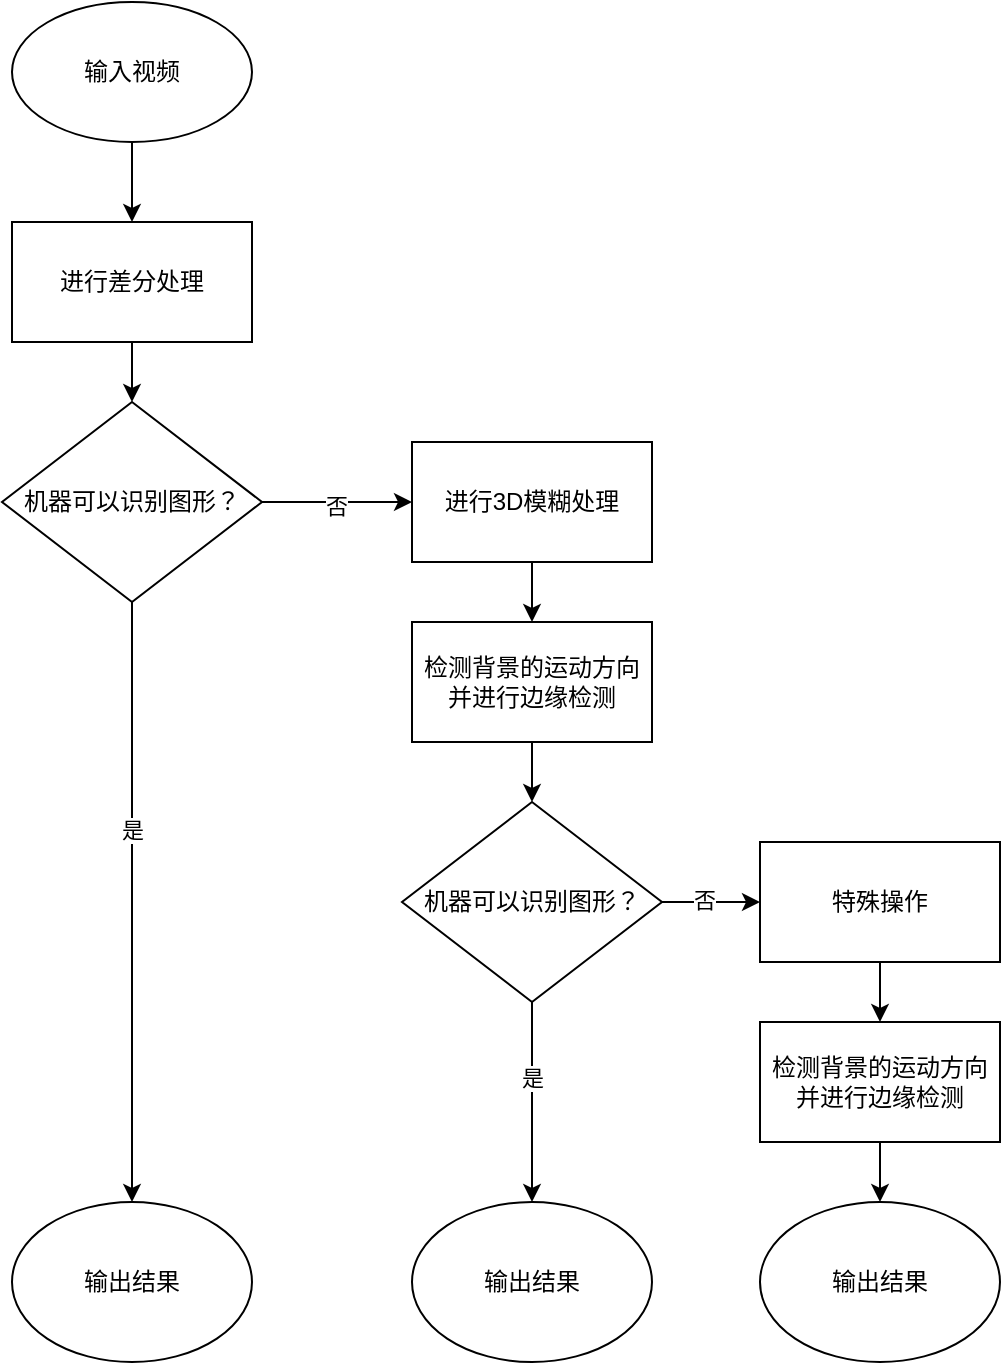
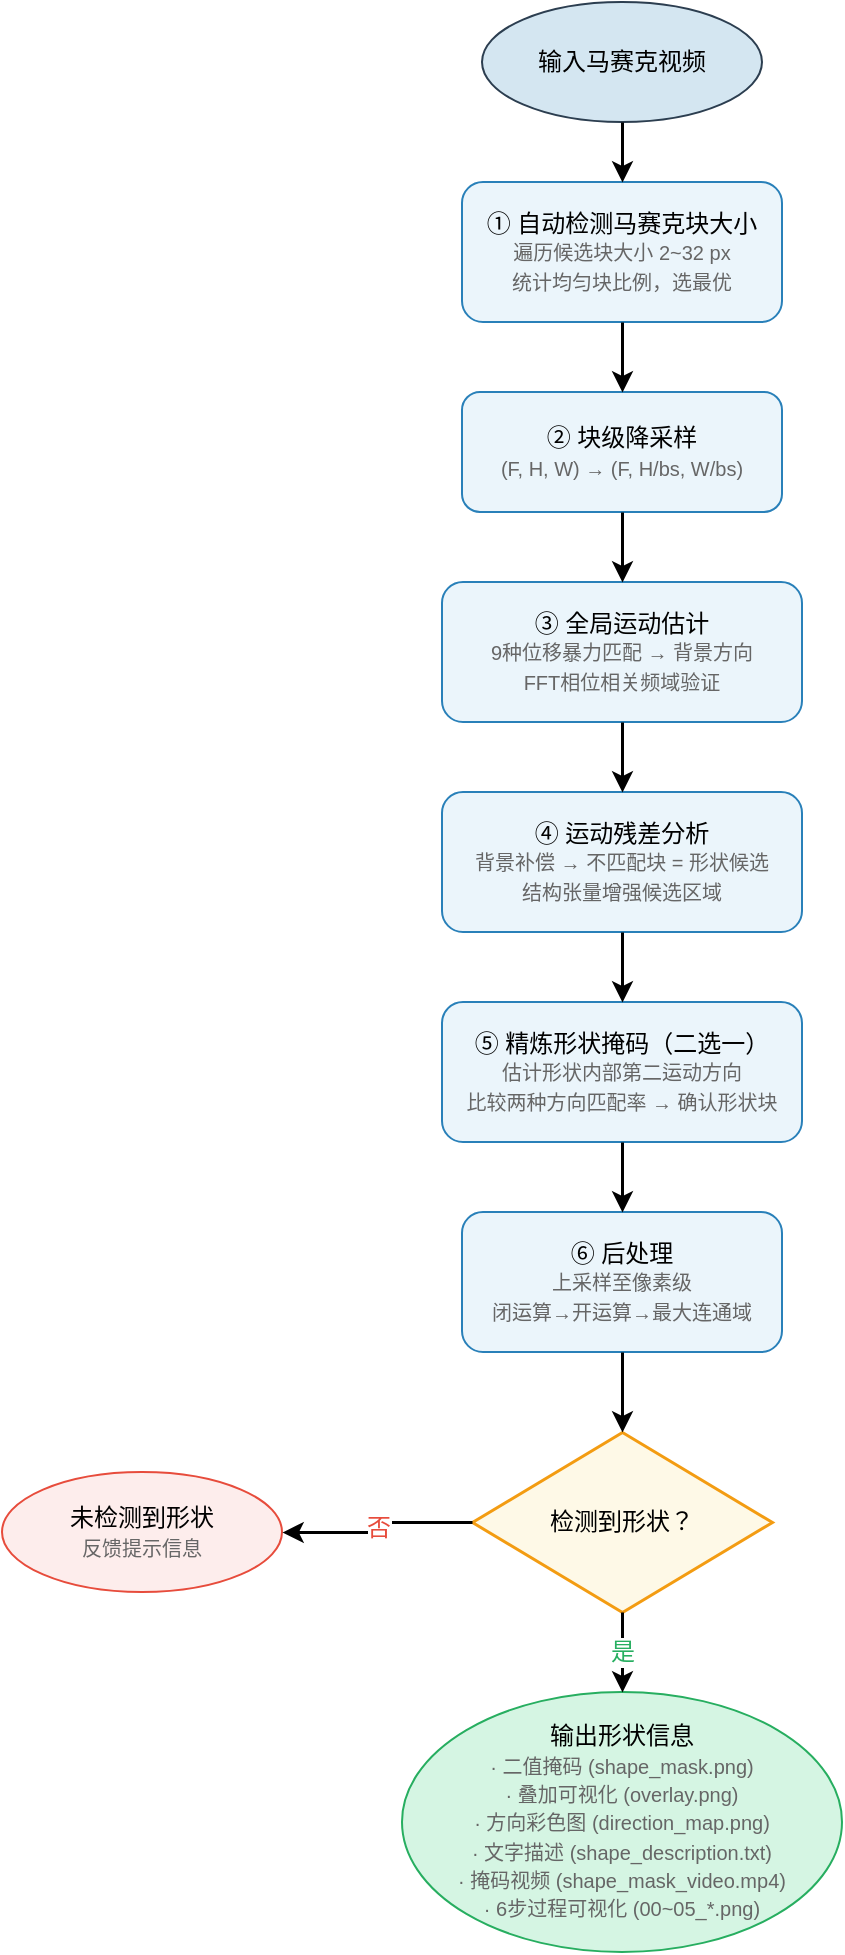
<mxfile host="65bd71144e">
    <diagram name="第 1 页" id="xyb60Oc7GX9DgafqG9xb">
-         <mxGraphModel dx="684" dy="755" grid="1" gridSize="10" guides="1" tooltips="1" connect="1" arrows="1" fold="1" page="1" pageScale="1" pageWidth="1169" pageHeight="827" background="#ffffff" math="0" shadow="0">
+         <mxGraphModel dx="800" dy="600" grid="1" gridSize="10" guides="1" tooltips="1" connect="1" arrows="1" fold="1" page="1" pageScale="1" pageWidth="1169" pageHeight="1200" background="#ffffff" math="0" shadow="0">
            <root>
                <mxCell id="0"/>
                <mxCell id="1" parent="0"/>
-                 <mxCell id="s788XVwPfC9L-6TzmJ-y-2" value="输入视频" style="ellipse;whiteSpace=wrap;html=1;" parent="1" vertex="1">
-                     <mxGeometry x="176" y="150" width="120" height="70" as="geometry"/>
+                 <!-- 开始 -->
+                 <mxCell id="n1" value="输入马赛克视频" style="ellipse;whiteSpace=wrap;html=1;fillColor=#D4E6F1;strokeColor=#2C3E50;fontSize=12;" parent="1" vertex="1">
+                     <mxGeometry x="290" y="20" width="140" height="60" as="geometry"/>
                </mxCell>
-                 <mxCell id="s788XVwPfC9L-6TzmJ-y-3" value="进行差分处理" style="rounded=0;whiteSpace=wrap;html=1;" parent="1" vertex="1">
-                     <mxGeometry x="176" y="260" width="120" height="60" as="geometry"/>
+                 <!-- ① 自动检测块大小 -->
+                 <mxCell id="n2" value="① 自动检测马赛克块大小&#xa;&lt;font style=&quot;font-size:10px&quot; color=&quot;#666666&quot;&gt;遍历候选块大小 2~32 px&#xa;统计均匀块比例，选最优&lt;/font&gt;" style="rounded=1;whiteSpace=wrap;html=1;fillColor=#EBF5FB;strokeColor=#2980B9;fontSize=12;" parent="1" vertex="1">
+                     <mxGeometry x="280" y="110" width="160" height="70" as="geometry"/>
                </mxCell>
-                 <mxCell id="s788XVwPfC9L-6TzmJ-y-4" value="机器可以识别图形？" style="rhombus;whiteSpace=wrap;html=1;" parent="1" vertex="1">
-                     <mxGeometry x="171" y="350" width="130" height="100" as="geometry"/>
+                 <!-- ② 块级降采样 -->
+                 <mxCell id="n3" value="② 块级降采样&#xa;&lt;font style=&quot;font-size:10px&quot; color=&quot;#666666&quot;&gt;(F, H, W) → (F, H/bs, W/bs)&lt;/font&gt;" style="rounded=1;whiteSpace=wrap;html=1;fillColor=#EBF5FB;strokeColor=#2980B9;fontSize=12;" parent="1" vertex="1">
+                     <mxGeometry x="280" y="215" width="160" height="60" as="geometry"/>
                </mxCell>
-                 <mxCell id="s788XVwPfC9L-6TzmJ-y-5" value="输出结果" style="ellipse;whiteSpace=wrap;html=1;" parent="1" vertex="1">
-                     <mxGeometry x="176" y="750" width="120" height="80" as="geometry"/>
+                 <!-- ③ 全局运动估计 -->
+                 <mxCell id="n4" value="③ 全局运动估计&#xa;&lt;font style=&quot;font-size:10px&quot; color=&quot;#666666&quot;&gt;9种位移暴力匹配 → 背景方向&#xa;FFT相位相关频域验证&lt;/font&gt;" style="rounded=1;whiteSpace=wrap;html=1;fillColor=#EBF5FB;strokeColor=#2980B9;fontSize=12;" parent="1" vertex="1">
+                     <mxGeometry x="270" y="310" width="180" height="70" as="geometry"/>
                </mxCell>
-                 <mxCell id="s788XVwPfC9L-6TzmJ-y-9" value="" style="edgeStyle=none;orthogonalLoop=1;jettySize=auto;html=1;rounded=0;exitX=0.5;exitY=1;exitDx=0;exitDy=0;entryX=0.5;entryY=0;entryDx=0;entryDy=0;" parent="1" source="s788XVwPfC9L-6TzmJ-y-2" target="s788XVwPfC9L-6TzmJ-y-3" edge="1">
-                     <mxGeometry width="100" relative="1" as="geometry">
-                         <Array as="points"/>
-                         <mxPoint x="276" y="250" as="sourcePoint"/>
-                         <mxPoint x="376" y="250" as="targetPoint"/>
-                     </mxGeometry>
+                 <!-- ④ 运动残差分析 -->
+                 <mxCell id="n5" value="④ 运动残差分析&#xa;&lt;font style=&quot;font-size:10px&quot; color=&quot;#666666&quot;&gt;背景补偿 → 不匹配块 = 形状候选&#xa;结构张量增强候选区域&lt;/font&gt;" style="rounded=1;whiteSpace=wrap;html=1;fillColor=#EBF5FB;strokeColor=#2980B9;fontSize=12;" parent="1" vertex="1">
+                     <mxGeometry x="270" y="415" width="180" height="70" as="geometry"/>
                </mxCell>
-                 <mxCell id="s788XVwPfC9L-6TzmJ-y-10" value="" style="endArrow=classic;html=1;rounded=0;exitX=0.5;exitY=1;exitDx=0;exitDy=0;entryX=0.5;entryY=0;entryDx=0;entryDy=0;" parent="1" source="s788XVwPfC9L-6TzmJ-y-3" target="s788XVwPfC9L-6TzmJ-y-4" edge="1">
-                     <mxGeometry width="50" height="50" relative="1" as="geometry">
-                         <mxPoint x="236" y="420" as="sourcePoint"/>
-                         <mxPoint x="286" y="370" as="targetPoint"/>
-                     </mxGeometry>
+                 <!-- ⑤ 精炼形状掩码 -->
+                 <mxCell id="n6" value="⑤ 精炼形状掩码（二选一）&#xa;&lt;font style=&quot;font-size:10px&quot; color=&quot;#666666&quot;&gt;估计形状内部第二运动方向&#xa;比较两种方向匹配率 → 确认形状块&lt;/font&gt;" style="rounded=1;whiteSpace=wrap;html=1;fillColor=#EBF5FB;strokeColor=#2980B9;fontSize=12;" parent="1" vertex="1">
+                     <mxGeometry x="270" y="520" width="180" height="70" as="geometry"/>
                </mxCell>
-                 <mxCell id="s788XVwPfC9L-6TzmJ-y-11" value="" style="endArrow=classic;html=1;rounded=0;exitX=0.5;exitY=1;exitDx=0;exitDy=0;entryX=0.5;entryY=0;entryDx=0;entryDy=0;" parent="1" source="s788XVwPfC9L-6TzmJ-y-4" target="s788XVwPfC9L-6TzmJ-y-5" edge="1">
-                     <mxGeometry width="50" height="50" relative="1" as="geometry">
-                         <mxPoint x="236" y="420" as="sourcePoint"/>
-                         <mxPoint x="286" y="370" as="targetPoint"/>
-                     </mxGeometry>
+                 <!-- ⑥ 后处理 -->
+                 <mxCell id="n7" value="⑥ 后处理&#xa;&lt;font style=&quot;font-size:10px&quot; color=&quot;#666666&quot;&gt;上采样至像素级&#xa;闭运算→开运算→最大连通域&lt;/font&gt;" style="rounded=1;whiteSpace=wrap;html=1;fillColor=#EBF5FB;strokeColor=#2980B9;fontSize=12;" parent="1" vertex="1">
+                     <mxGeometry x="280" y="625" width="160" height="70" as="geometry"/>
                </mxCell>
-                 <mxCell id="s788XVwPfC9L-6TzmJ-y-12" value="是" style="edgeLabel;html=1;align=center;verticalAlign=middle;resizable=0;points=[];" parent="s788XVwPfC9L-6TzmJ-y-11" connectable="0" vertex="1">
-                     <mxGeometry x="-0.24" relative="1" as="geometry">
-                         <mxPoint as="offset"/>
-                     </mxGeometry>
+                 <!-- 菱形判断 -->
+                 <mxCell id="n8" value="检测到形状？" style="rhombus;whiteSpace=wrap;html=1;fillColor=#FEF9E7;strokeColor=#F39C12;fontSize=12;strokeWidth=1.5;" parent="1" vertex="1">
+                     <mxGeometry x="285" y="735" width="150" height="90" as="geometry"/>
                </mxCell>
-                 <mxCell id="s788XVwPfC9L-6TzmJ-y-13" value="进行3D模糊处理" style="rounded=0;whiteSpace=wrap;html=1;" parent="1" vertex="1">
-                     <mxGeometry x="376" y="370" width="120" height="60" as="geometry"/>
+                 <!-- 是 → 输出结果 -->
+                 <mxCell id="n9" value="输出形状信息&#xa;&lt;font style=&quot;font-size:10px&quot; color=&quot;#666666&quot;&gt;· 二值掩码 (shape_mask.png)&#xa;· 叠加可视化 (overlay.png)&#xa;· 方向彩色图 (direction_map.png)&#xa;· 文字描述 (shape_description.txt)&#xa;· 掩码视频 (shape_mask_video.mp4)&#xa;· 6步过程可视化 (00~05_*.png)&lt;/font&gt;" style="ellipse;whiteSpace=wrap;html=1;fillColor=#D5F5E3;strokeColor=#27AE60;fontSize=12;" parent="1" vertex="1">
+                     <mxGeometry x="250" y="865" width="220" height="130" as="geometry"/>
                </mxCell>
-                 <mxCell id="s788XVwPfC9L-6TzmJ-y-14" value="检测背景的运动方向&lt;div&gt;并进行边缘检测&lt;/div&gt;" style="rounded=0;whiteSpace=wrap;html=1;" parent="1" vertex="1">
-                     <mxGeometry x="376" y="460" width="120" height="60" as="geometry"/>
+                 <!-- 否 → 未检测到 -->
+                 <mxCell id="n10" value="未检测到形状&#xa;&lt;font style=&quot;font-size:10px&quot; color=&quot;#666666&quot;&gt;反馈提示信息&lt;/font&gt;" style="ellipse;whiteSpace=wrap;html=1;fillColor=#FDEDEC;strokeColor=#E74C3C;fontSize=12;" parent="1" vertex="1">
+                     <mxGeometry x="50" y="755" width="140" height="60" as="geometry"/>
                </mxCell>
-                 <mxCell id="s788XVwPfC9L-6TzmJ-y-15" value="" style="endArrow=classic;html=1;rounded=0;exitX=1;exitY=0.5;exitDx=0;exitDy=0;entryX=0;entryY=0.5;entryDx=0;entryDy=0;" parent="1" source="s788XVwPfC9L-6TzmJ-y-4" target="s788XVwPfC9L-6TzmJ-y-13" edge="1">
-                     <mxGeometry width="50" height="50" relative="1" as="geometry">
-                         <mxPoint x="236" y="420" as="sourcePoint"/>
-                         <mxPoint x="286" y="370" as="targetPoint"/>
-                     </mxGeometry>
+                 <!-- 连线: n1 → n2 -->
+                 <mxCell id="e1" style="edgeStyle=orthogonalEdgeStyle;rounded=0;orthogonalLoop=1;jettySize=auto;html=1;exitX=0.5;exitY=1;exitDx=0;exitDy=0;entryX=0.5;entryY=0;entryDx=0;entryDy=0;strokeWidth=1.5;" edge="1" parent="1" source="n1" target="n2">
+                     <mxGeometry relative="1" as="geometry"/>
                </mxCell>
-                 <mxCell id="s788XVwPfC9L-6TzmJ-y-16" value="否" style="edgeLabel;html=1;align=center;verticalAlign=middle;resizable=0;points=[];" parent="s788XVwPfC9L-6TzmJ-y-15" connectable="0" vertex="1">
-                     <mxGeometry x="-0.0133" y="-2" relative="1" as="geometry">
-                         <mxPoint as="offset"/>
-                     </mxGeometry>
+                 <!-- 连线: n2 → n3 -->
+                 <mxCell id="e2" style="edgeStyle=orthogonalEdgeStyle;rounded=0;orthogonalLoop=1;jettySize=auto;html=1;exitX=0.5;exitY=1;exitDx=0;exitDy=0;entryX=0.5;entryY=0;entryDx=0;entryDy=0;strokeWidth=1.5;" edge="1" parent="1" source="n2" target="n3">
+                     <mxGeometry relative="1" as="geometry"/>
                </mxCell>
-                 <mxCell id="s788XVwPfC9L-6TzmJ-y-17" value="" style="endArrow=classic;html=1;rounded=0;exitX=0.5;exitY=1;exitDx=0;exitDy=0;entryX=0.5;entryY=0;entryDx=0;entryDy=0;" parent="1" source="s788XVwPfC9L-6TzmJ-y-13" target="s788XVwPfC9L-6TzmJ-y-14" edge="1">
-                     <mxGeometry width="50" height="50" relative="1" as="geometry">
-                         <mxPoint x="236" y="420" as="sourcePoint"/>
-                         <mxPoint x="286" y="370" as="targetPoint"/>
-                     </mxGeometry>
+                 <!-- 连线: n3 → n4 -->
+                 <mxCell id="e3" style="edgeStyle=orthogonalEdgeStyle;rounded=0;orthogonalLoop=1;jettySize=auto;html=1;exitX=0.5;exitY=1;exitDx=0;exitDy=0;entryX=0.5;entryY=0;entryDx=0;entryDy=0;strokeWidth=1.5;" edge="1" parent="1" source="n3" target="n4">
+                     <mxGeometry relative="1" as="geometry"/>
                </mxCell>
-                 <mxCell id="2" value="机器可以识别图形？" style="rhombus;whiteSpace=wrap;html=1;" parent="1" vertex="1">
-                     <mxGeometry x="371" y="550" width="130" height="100" as="geometry"/>
+                 <!-- 连线: n4 → n5 -->
+                 <mxCell id="e4" style="edgeStyle=orthogonalEdgeStyle;rounded=0;orthogonalLoop=1;jettySize=auto;html=1;exitX=0.5;exitY=1;exitDx=0;exitDy=0;entryX=0.5;entryY=0;entryDx=0;entryDy=0;strokeWidth=1.5;" edge="1" parent="1" source="n4" target="n5">
+                     <mxGeometry relative="1" as="geometry"/>
                </mxCell>
-                 <mxCell id="3" value="" style="endArrow=classic;html=1;exitX=0.5;exitY=1;exitDx=0;exitDy=0;entryX=0.5;entryY=0;entryDx=0;entryDy=0;" parent="1" source="s788XVwPfC9L-6TzmJ-y-14" target="2" edge="1">
-                     <mxGeometry width="50" height="50" relative="1" as="geometry">
-                         <mxPoint x="346" y="620" as="sourcePoint"/>
-                         <mxPoint x="396" y="570" as="targetPoint"/>
-                     </mxGeometry>
+                 <!-- 连线: n5 → n6 -->
+                 <mxCell id="e5" style="edgeStyle=orthogonalEdgeStyle;rounded=0;orthogonalLoop=1;jettySize=auto;html=1;exitX=0.5;exitY=1;exitDx=0;exitDy=0;entryX=0.5;entryY=0;entryDx=0;entryDy=0;strokeWidth=1.5;" edge="1" parent="1" source="n5" target="n6">
+                     <mxGeometry relative="1" as="geometry"/>
                </mxCell>
-                 <mxCell id="4" value="输出结果" style="ellipse;whiteSpace=wrap;html=1;" parent="1" vertex="1">
-                     <mxGeometry x="376" y="750" width="120" height="80" as="geometry"/>
+                 <!-- 连线: n6 → n7 -->
+                 <mxCell id="e6" style="edgeStyle=orthogonalEdgeStyle;rounded=0;orthogonalLoop=1;jettySize=auto;html=1;exitX=0.5;exitY=1;exitDx=0;exitDy=0;entryX=0.5;entryY=0;entryDx=0;entryDy=0;strokeWidth=1.5;" edge="1" parent="1" source="n6" target="n7">
+                     <mxGeometry relative="1" as="geometry"/>
                </mxCell>
-                 <mxCell id="5" value="" style="endArrow=classic;html=1;rounded=0;exitX=0.5;exitY=1;exitDx=0;exitDy=0;entryX=0.5;entryY=0;entryDx=0;entryDy=0;" parent="1" source="2" target="4" edge="1">
-                     <mxGeometry width="50" height="50" relative="1" as="geometry">
-                         <mxPoint x="456" y="690" as="sourcePoint"/>
-                         <mxPoint x="486" y="610" as="targetPoint"/>
-                     </mxGeometry>
+                 <!-- 连线: n7 → n8 -->
+                 <mxCell id="e7" style="edgeStyle=orthogonalEdgeStyle;rounded=0;orthogonalLoop=1;jettySize=auto;html=1;exitX=0.5;exitY=1;exitDx=0;exitDy=0;entryX=0.5;entryY=0;entryDx=0;entryDy=0;strokeWidth=1.5;" edge="1" parent="1" source="n7" target="n8">
+                     <mxGeometry relative="1" as="geometry"/>
                </mxCell>
-                 <mxCell id="6" value="是" style="edgeLabel;html=1;align=center;verticalAlign=middle;resizable=0;points=[];" parent="5" connectable="0" vertex="1">
-                     <mxGeometry x="-0.24" relative="1" as="geometry">
-                         <mxPoint as="offset"/>
-                     </mxGeometry>
+                 <!-- 连线: n8 → n9 (是) -->
+                 <mxCell id="e8" value="是" style="edgeStyle=orthogonalEdgeStyle;rounded=0;orthogonalLoop=1;jettySize=auto;html=1;exitX=0.5;exitY=1;exitDx=0;exitDy=0;entryX=0.5;entryY=0;entryDx=0;entryDy=0;strokeWidth=1.5;fontSize=12;fontColor=#27AE60;" edge="1" parent="1" source="n8" target="n9">
+                     <mxGeometry relative="1" as="geometry"/>
                </mxCell>
-                 <mxCell id="7" value="" style="endArrow=classic;html=1;exitX=1;exitY=0.5;exitDx=0;exitDy=0;entryX=0;entryY=0.5;entryDx=0;entryDy=0;" parent="1" source="2" target="8" edge="1">
-                     <mxGeometry width="50" height="50" relative="1" as="geometry">
-                         <mxPoint x="456" y="720" as="sourcePoint"/>
-                         <mxPoint x="536" y="650" as="targetPoint"/>
-                     </mxGeometry>
-                 </mxCell>
-                 <mxCell id="13" value="否" style="edgeLabel;html=1;align=center;verticalAlign=middle;resizable=0;points=[];" parent="7" vertex="1" connectable="0">
-                     <mxGeometry x="-0.1429" y="1" relative="1" as="geometry">
-                         <mxPoint as="offset"/>
-                     </mxGeometry>
-                 </mxCell>
-                 <mxCell id="8" value="特殊操作" style="rounded=0;whiteSpace=wrap;html=1;" parent="1" vertex="1">
-                     <mxGeometry x="550" y="570" width="120" height="60" as="geometry"/>
-                 </mxCell>
-                 <mxCell id="9" value="检测背景的运动方向&lt;div&gt;并进行边缘检测&lt;/div&gt;" style="rounded=0;whiteSpace=wrap;html=1;" parent="1" vertex="1">
-                     <mxGeometry x="550" y="660" width="120" height="60" as="geometry"/>
-                 </mxCell>
-                 <mxCell id="10" value="输出结果" style="ellipse;whiteSpace=wrap;html=1;" parent="1" vertex="1">
-                     <mxGeometry x="550" y="750" width="120" height="80" as="geometry"/>
-                 </mxCell>
-                 <mxCell id="11" value="" style="endArrow=classic;html=1;exitX=0.5;exitY=1;exitDx=0;exitDy=0;entryX=0.5;entryY=0;entryDx=0;entryDy=0;" parent="1" source="8" target="9" edge="1">
-                     <mxGeometry width="50" height="50" relative="1" as="geometry">
-                         <mxPoint x="456" y="720" as="sourcePoint"/>
-                         <mxPoint x="506" y="670" as="targetPoint"/>
-                     </mxGeometry>
-                 </mxCell>
-                 <mxCell id="12" value="" style="endArrow=classic;html=1;exitX=0.5;exitY=1;exitDx=0;exitDy=0;entryX=0.5;entryY=0;entryDx=0;entryDy=0;" parent="1" source="9" target="10" edge="1">
-                     <mxGeometry width="50" height="50" relative="1" as="geometry">
-                         <mxPoint x="456" y="720" as="sourcePoint"/>
-                         <mxPoint x="506" y="670" as="targetPoint"/>
-                     </mxGeometry>
+                 <!-- 连线: n8 → n10 (否) -->
+                 <mxCell id="e9" value="否" style="edgeStyle=orthogonalEdgeStyle;rounded=0;orthogonalLoop=1;jettySize=auto;html=1;exitX=0;exitY=0.5;exitDx=0;exitDy=0;entryX=1;entryY=0.5;entryDx=0;entryDy=0;strokeWidth=1.5;fontSize=12;fontColor=#E74C3C;" edge="1" parent="1" source="n8" target="n10">
+                     <mxGeometry relative="1" as="geometry"/>
                </mxCell>
            </root>
        </mxGraphModel>
    </diagram>
- </mxfile>+ </mxfile>
